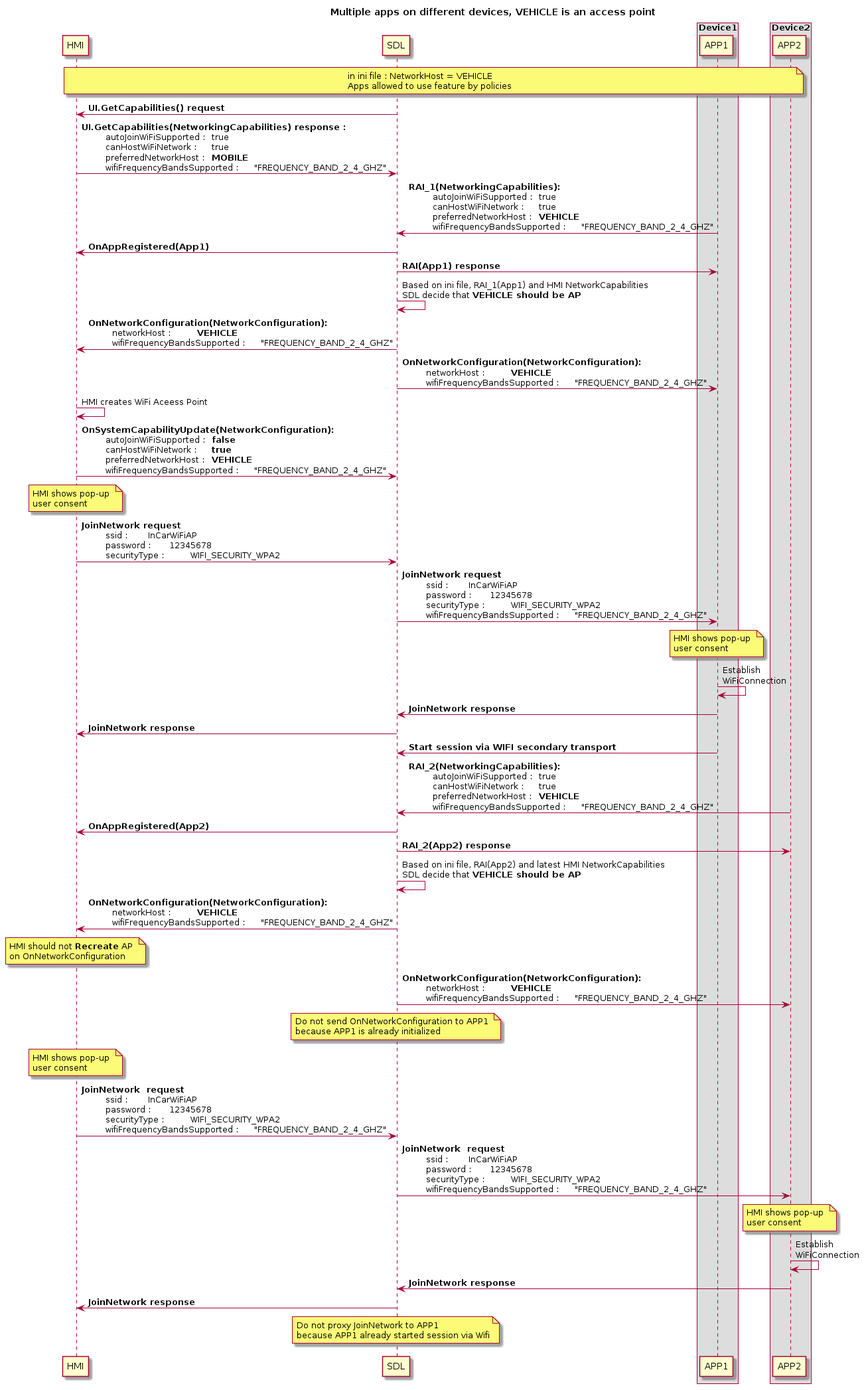
Above: assets/proposals/0245-sharing-wifi-ssid-and-password/vehicle_access_point_multidev.png in smartdevicelink/sdl_evolution (PlantUML), before the change.
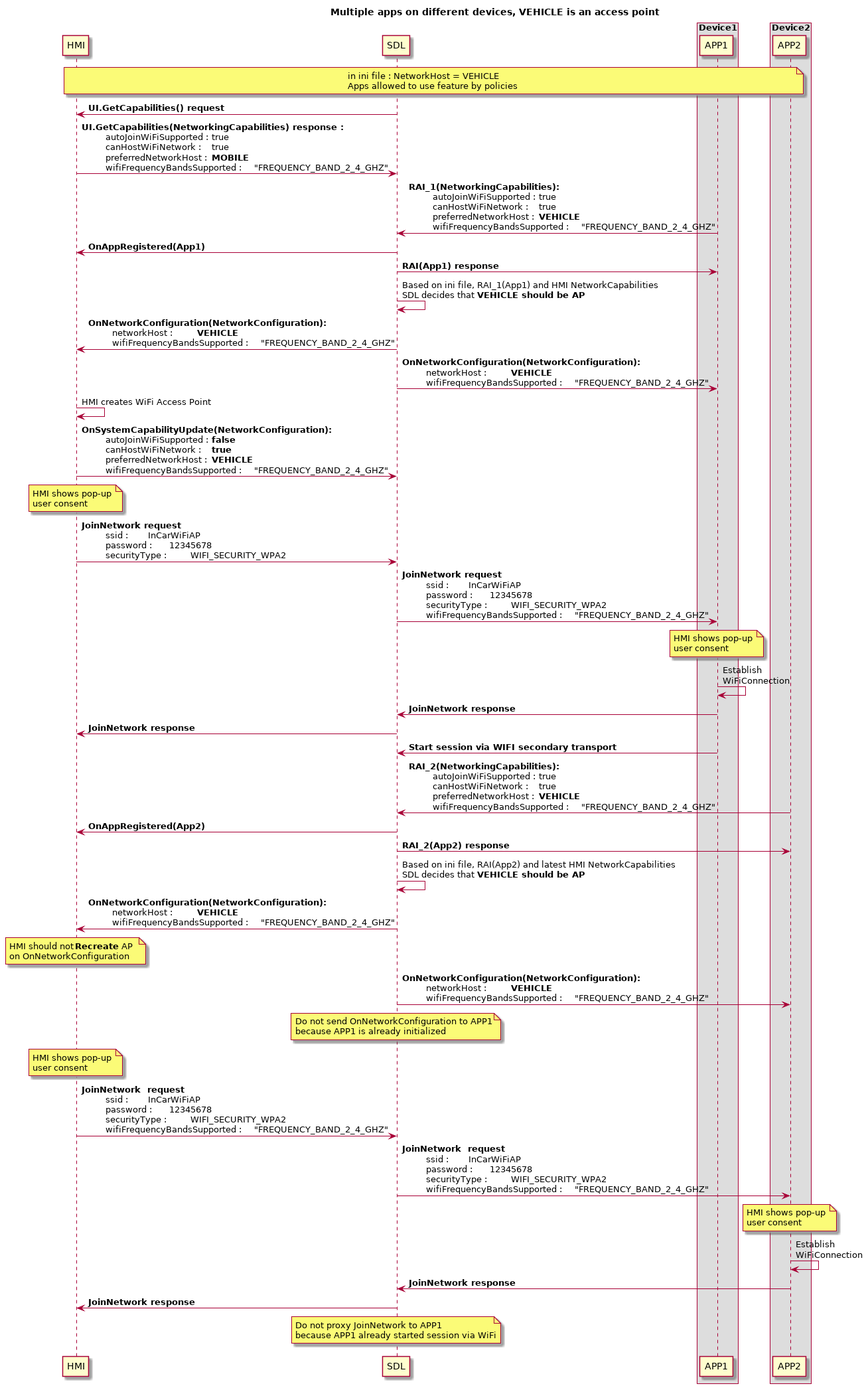
Above is the later version.

Change to the diagram source:
```diff
@@ -22,14 +22,14 @@
 SDL -> APP1 : <b>RAI(App1) response
 
 
-SDL -> SDL : Based on ini file, RAI_1(App1) and HMI NetworkCapabilities\nSDL decide that **VEHICLE should be AP**
+SDL -> SDL : Based on ini file, RAI_1(App1) and HMI NetworkCapabilities\nSDL decides that **VEHICLE should be AP**
 
 SDL -> HMI:  <b>OnNetworkConfiguration(NetworkConfiguration): \n\t networkHost : \t **VEHICLE** \n\t wifiFrequencyBandsSupported : \t "FREQUENCY_BAND_2_4_GHZ"
 
 SDL -> APP1:  <b>OnNetworkConfiguration(NetworkConfiguration): \n\t networkHost : \t **VEHICLE** \n\t wifiFrequencyBandsSupported : \t "FREQUENCY_BAND_2_4_GHZ"
 
 
-HMI -> HMI : HMI creates WiFi Aceess Point
+HMI -> HMI : HMI creates WiFi Access Point
 
 HMI -> SDL:  <b>OnSystemCapabilityUpdate(NetworkConfiguration): \n\t autoJoinWiFiSupported : \t **false** \n\t canHostWiFiNetwork : \t **true**  \n\t preferredNetworkHost : \t **VEHICLE** \n\t wifiFrequencyBandsSupported : \t "FREQUENCY_BAND_2_4_GHZ"
 
@@ -53,7 +53,7 @@
 SDL -> HMI : <b>OnAppRegistered(App2)
 SDL -> APP2 : <b>RAI_2(App2) response
 
-SDL -> SDL : Based on ini file, RAI(App2) and latest HMI NetworkCapabilities\nSDL decide that **VEHICLE should be AP**
+SDL -> SDL : Based on ini file, RAI(App2) and latest HMI NetworkCapabilities\nSDL decides that **VEHICLE should be AP**
 
 SDL -> HMI:  <b>OnNetworkConfiguration(NetworkConfiguration): \n\t networkHost : \t **VEHICLE** \n\t wifiFrequencyBandsSupported : \t "FREQUENCY_BAND_2_4_GHZ"
 
@@ -79,7 +79,7 @@
 SDL -> HMI : <b>JoinNetwork response
 
 
-note over SDL: Do not proxy JoinNetwork to APP1 \nbecause APP1 already started session via Wifi
+note over SDL: Do not proxy JoinNetwork to APP1 \nbecause APP1 already started session via WiFi
 
 
 @enduml
```
